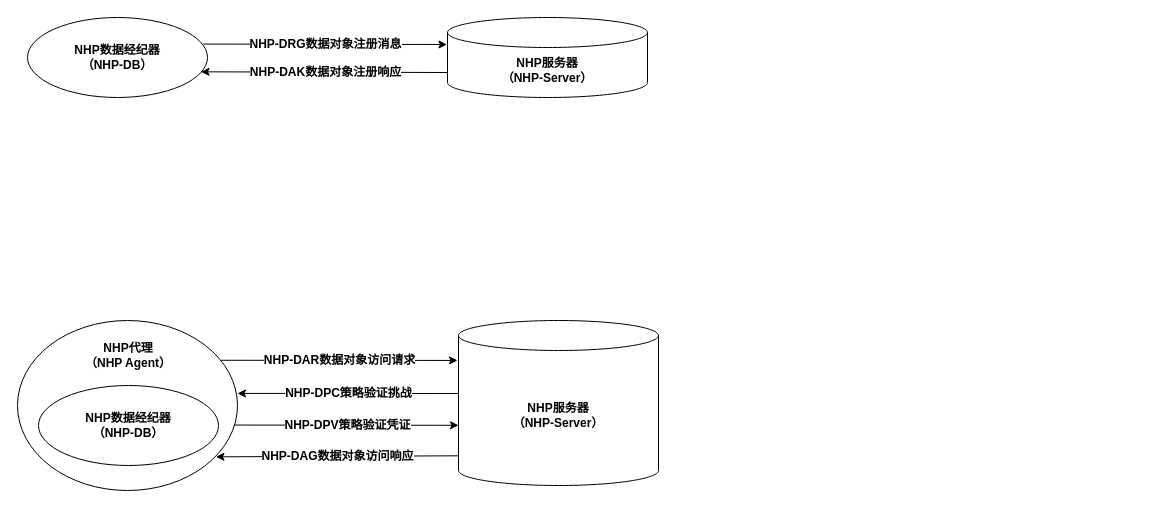
Earlier version of the draw.io diagram dhp/opendhp_seperate_message_flow.drawio (wenhulove333/opendhp). Source tidied: cells renumbered, new cells numbered last; positions are measured from the earlier drawing's top-left corner, leaving out a move shared by most shapes. Both pictures are drawn from the tidied source at 100%, with x=0, y=0 at pixel (17, 17).
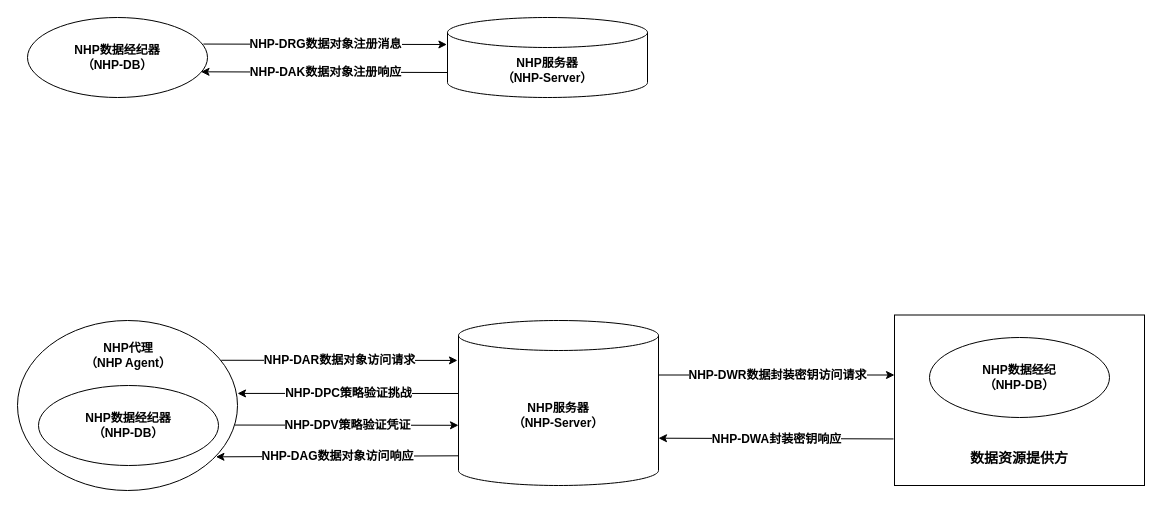
The same diagram, later.

Change to the diagram source:
```diff
@@
+    <mxCell id="20" style="rounded=0;whiteSpace=wrap;html=1;strokeWidth=1;fillColor=none;align=center;" parent="1" vertex="1">
+      <mxGeometry x="877" y="297.5" width="250" height="170.5" as="geometry" />
+    </mxCell>
@@
+    <mxCell id="21" value="&lt;b&gt;NHP数据经纪&lt;/b&gt;&lt;div&gt;&lt;b&gt;（NHP-DB）&lt;/b&gt;&lt;/div&gt;" style="ellipse;whiteSpace=wrap;html=1;fillColor=none;" parent="1" vertex="1">
+      <mxGeometry x="912" y="320" width="180" height="80" as="geometry" />
+    </mxCell>
+    <mxCell id="22" value="&lt;b&gt;数据资源提供方&lt;/b&gt;" style="text;html=1;align=center;verticalAlign=middle;whiteSpace=wrap;rounded=0;fontSize=14;" parent="1" vertex="1">
+      <mxGeometry x="947" y="426" width="110" height="30" as="geometry" />
+    </mxCell>
+    <mxCell id="23" style="endArrow=classic;html=1;rounded=0;entryX=-0.005;entryY=0.242;entryDx=0;entryDy=0;entryPerimeter=0;exitX=0.926;exitY=0.234;exitDx=0;exitDy=0;exitPerimeter=0;" parent="1" edge="1">
+      <mxGeometry relative="1" as="geometry">
+        <mxPoint x="641" y="357.5" as="sourcePoint" />
+        <mxPoint x="877" y="357.5" as="targetPoint" />
+      </mxGeometry>
+    </mxCell>
+    <mxCell id="24" value="&lt;b&gt;&lt;font style=&quot;font-size: 12px;&quot;&gt;NHP-DWR数据封装密钥访问请求&lt;/font&gt;&lt;/b&gt;" style="edgeLabel;html=1;align=center;verticalAlign=middle;" parent="23" vertex="1">
+      <mxGeometry relative="1" as="geometry" />
+    </mxCell>
+    <mxCell id="25" style="endArrow=classic;html=1;rounded=0;entryX=0.902;entryY=0.802;entryDx=0;entryDy=0;entryPerimeter=0;exitX=-0.004;exitY=0.727;exitDx=0;exitDy=0;exitPerimeter=0;" parent="1" edge="1" source="20">
+      <mxGeometry relative="1" as="geometry">
+        <mxPoint x="641" y="420.7" as="targetPoint" />
+      </mxGeometry>
+    </mxCell>
+    <mxCell id="26" value="&lt;font style=&quot;font-size: 12px;&quot;&gt;&lt;b&gt;NHP-DWA封装密钥响应&lt;/b&gt;&lt;/font&gt;" style="edgeLabel;html=1;align=center;verticalAlign=middle;" parent="25" vertex="1">
+      <mxGeometry relative="1" as="geometry" />
+    </mxCell>
```
